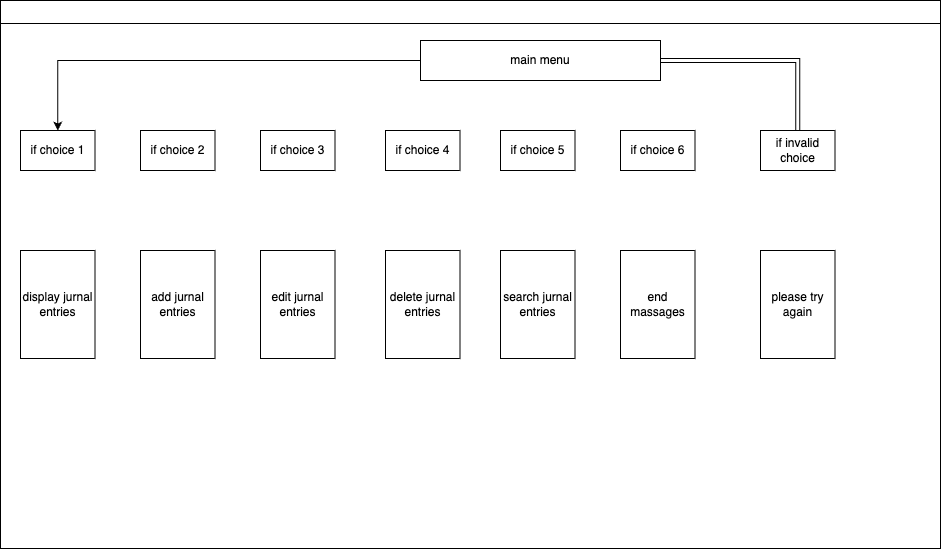
Helvila/Capstone-project keeps this draw.io diagram as Untitled Diagram.drawio.png. Above is the earlier version. Source tidied: cells renumbered, new cells last; positions are measured from the earlier drawing's top-left corner, leaving out a move shared by most shapes.
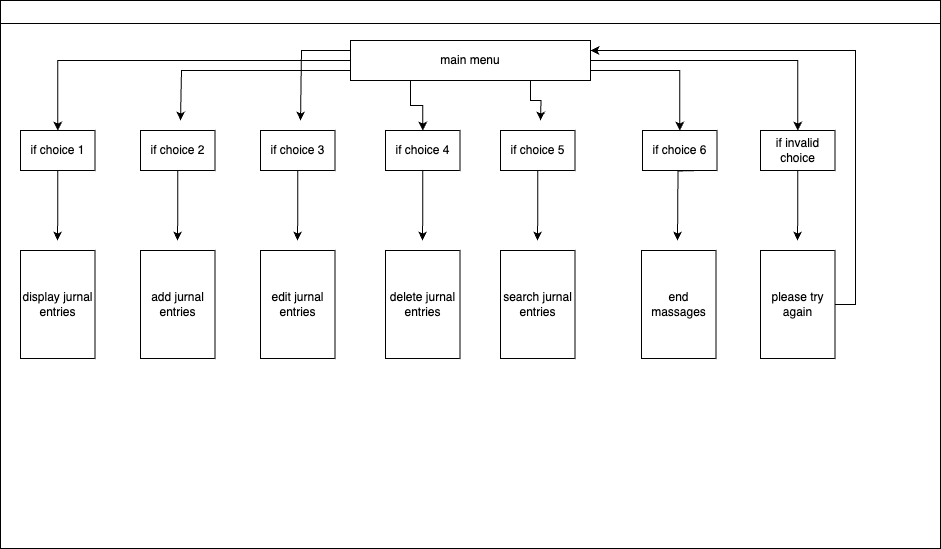
Later version of the same file.

Diff of the diagram source:
```diff
@@ -5,12 +5,27 @@
     <mxCell id="2" style="swimlane;whiteSpace=wrap;" parent="1" vertex="1">
       <mxGeometry width="940" height="548" as="geometry" />
     </mxCell>
+    <mxCell id="20" style="edgeStyle=orthogonalEdgeStyle;rounded=0;jettySize=auto;html=1;exitX=0.5;exitY=1;exitDx=0;exitDy=0;" parent="2" edge="1" source="3">
+      <mxGeometry relative="1" as="geometry">
+        <mxPoint x="57" y="240" as="targetPoint" />
+      </mxGeometry>
+    </mxCell>
     <mxCell id="3" value="if choice 1" style="rounded=0;whiteSpace=wrap;html=1;" parent="2" vertex="1">
       <mxGeometry x="20" y="130" width="74.5" height="40" as="geometry" />
     </mxCell>
+    <mxCell id="21" style="edgeStyle=orthogonalEdgeStyle;rounded=0;jettySize=auto;html=1;exitX=0.5;exitY=1;exitDx=0;exitDy=0;" parent="2" edge="1" source="4">
+      <mxGeometry relative="1" as="geometry">
+        <mxPoint x="177" y="240" as="targetPoint" />
+      </mxGeometry>
+    </mxCell>
     <mxCell id="4" value="if choice 2" style="rounded=0;whiteSpace=wrap;html=1;" parent="2" vertex="1">
       <mxGeometry x="140" y="130" width="74.5" height="40" as="geometry" />
     </mxCell>
+    <mxCell id="22" style="edgeStyle=orthogonalEdgeStyle;rounded=0;jettySize=auto;html=1;exitX=0.5;exitY=1;exitDx=0;exitDy=0;" parent="2" edge="1" source="5">
+      <mxGeometry relative="1" as="geometry">
+        <mxPoint x="297" y="240" as="targetPoint" />
+      </mxGeometry>
+    </mxCell>
     <mxCell id="5" value="if choice 3" style="rounded=0;whiteSpace=wrap;html=1;" parent="2" vertex="1">
       <mxGeometry x="260" y="130" width="74.5" height="40" as="geometry" />
     </mxCell>
@@ -20,21 +35,66 @@
     <mxCell id="7" value="add jurnal entries" style="rounded=0;whiteSpace=wrap;html=1;" parent="2" vertex="1">
       <mxGeometry x="140" y="250" width="74.5" height="108" as="geometry" />
     </mxCell>
+    <mxCell id="23" style="edgeStyle=orthogonalEdgeStyle;rounded=0;orthogonalLoop=1;jettySize=auto;html=1;exitX=0.5;exitY=1;exitDx=0;exitDy=0;" parent="2" edge="1">
+      <mxGeometry relative="1" as="geometry">
+        <mxPoint x="699.2" y="170" as="sourcePoint" />
+        <mxPoint x="677" y="240" as="targetPoint" />
+      </mxGeometry>
+    </mxCell>
     <mxCell id="8" value="if choice 6&lt;span style=&quot;color: rgba(0, 0, 0, 0); font-family: monospace; font-size: 0px; text-align: start; text-wrap: nowrap;&quot;&gt;%3CmxGraphModel%3E%3Croot%3E%3CmxCell%20id%3D%220%22%2F%3E%3CmxCell%20id%3D%221%22%20parent%3D%220%22%2F%3E%3CmxCell%20id%3D%222%22%20value%3D%22if%20choice%205%22%20style%3D%22rounded%3D0%3BwhiteSpace%3Dwrap%3Bhtml%3D1%3B%22%20vertex%3D%221%22%20parent%3D%221%22%3E%3CmxGeometry%20x%3D%22597.25%22%20y%3D%22330%22%20width%3D%2274.5%22%20height%3D%2240%22%20as%3D%22geometry%22%2F%3E%3C%2FmxCell%3E%3C%2Froot%3E%3C%2FmxGraphModel%3E&lt;/span&gt;" style="rounded=0;whiteSpace=wrap;html=1;" parent="2" vertex="1">
-      <mxGeometry x="620" y="130" width="74.5" height="40" as="geometry" />
+      <mxGeometry x="642" y="130" width="74.5" height="40" as="geometry" />
     </mxCell>
     <mxCell id="9" style="edgeStyle=orthogonalEdgeStyle;rounded=0;jettySize=auto;html=1;entryX=0.5;entryY=0;entryDx=0;entryDy=0;" parent="2" edge="1" source="11" target="3">
       <mxGeometry relative="1" as="geometry" />
     </mxCell>
-    <mxCell id="10" style="edgeStyle=orthogonalEdgeStyle;rounded=0;jettySize=auto;html=1;entryX=0.5;entryY=0;entryDx=0;entryDy=0;shape=link;" parent="2" edge="1" source="11" target="19">
+    <mxCell id="10" style="edgeStyle=orthogonalEdgeStyle;rounded=0;jettySize=auto;html=1;entryX=0.5;entryY=0;entryDx=0;entryDy=0;" parent="2" edge="1" source="11" target="19">
       <mxGeometry relative="1" as="geometry" />
     </mxCell>
+    <mxCell id="24" style="edgeStyle=orthogonalEdgeStyle;rounded=0;jettySize=auto;html=1;exitX=0;exitY=0.5;exitDx=0;exitDy=0;" parent="2" edge="1" source="11">
+      <mxGeometry relative="1" as="geometry">
+        <mxPoint x="180" y="120" as="targetPoint" />
+        <Array as="points">
+          <mxPoint x="350" y="70" />
+          <mxPoint x="181" y="70" />
+        </Array>
+      </mxGeometry>
+    </mxCell>
+    <mxCell id="25" style="edgeStyle=orthogonalEdgeStyle;rounded=0;jettySize=auto;html=1;exitX=0;exitY=0.5;exitDx=0;exitDy=0;" parent="2" edge="1" source="11">
+      <mxGeometry relative="1" as="geometry">
+        <mxPoint x="300" y="120" as="targetPoint" />
+        <Array as="points">
+          <mxPoint x="350" y="50" />
+          <mxPoint x="301" y="50" />
+        </Array>
+      </mxGeometry>
+    </mxCell>
+    <mxCell id="26" style="edgeStyle=orthogonalEdgeStyle;rounded=0;jettySize=auto;html=1;exitX=0.25;exitY=1;exitDx=0;exitDy=0;entryX=0.5;entryY=0;entryDx=0;entryDy=0;" parent="2" edge="1" source="11" target="12">
+      <mxGeometry relative="1" as="geometry" />
+    </mxCell>
+    <mxCell id="27" style="edgeStyle=orthogonalEdgeStyle;rounded=0;jettySize=auto;html=1;exitX=0.75;exitY=1;exitDx=0;exitDy=0;" parent="2" edge="1" source="11">
+      <mxGeometry relative="1" as="geometry">
+        <mxPoint x="540" y="120" as="targetPoint" />
+      </mxGeometry>
+    </mxCell>
+    <mxCell id="28" style="edgeStyle=orthogonalEdgeStyle;rounded=0;jettySize=auto;html=1;exitX=1;exitY=0.75;exitDx=0;exitDy=0;entryX=0.5;entryY=0;entryDx=0;entryDy=0;" parent="2" edge="1" source="11" target="8">
+      <mxGeometry relative="1" as="geometry" />
+    </mxCell>
     <mxCell id="11" value="main menu" style="rounded=0;whiteSpace=wrap;html=1;" parent="2" vertex="1">
-      <mxGeometry x="420" y="40" width="240" height="40" as="geometry" />
+      <mxGeometry x="350" y="40" width="240" height="40" as="geometry" />
     </mxCell>
+    <mxCell id="29" style="edgeStyle=orthogonalEdgeStyle;rounded=0;jettySize=auto;html=1;exitX=0.5;exitY=1;exitDx=0;exitDy=0;" parent="2" edge="1" source="12">
+      <mxGeometry relative="1" as="geometry">
+        <mxPoint x="422" y="240" as="targetPoint" />
+      </mxGeometry>
+    </mxCell>
     <mxCell id="12" value="if choice 4" style="rounded=0;whiteSpace=wrap;html=1;" parent="2" vertex="1">
       <mxGeometry x="385" y="130" width="74.5" height="40" as="geometry" />
     </mxCell>
+    <mxCell id="30" style="edgeStyle=orthogonalEdgeStyle;rounded=0;jettySize=auto;html=1;exitX=0.5;exitY=1;exitDx=0;exitDy=0;" parent="2" edge="1" source="13">
+      <mxGeometry relative="1" as="geometry">
+        <mxPoint x="537" y="240" as="targetPoint" />
+      </mxGeometry>
+    </mxCell>
     <mxCell id="13" value="if choice 5" style="rounded=0;whiteSpace=wrap;html=1;" parent="2" vertex="1">
       <mxGeometry x="500" y="130" width="74.5" height="40" as="geometry" />
     </mxCell>
@@ -48,11 +108,24 @@
       <mxGeometry x="385" y="250" width="74.5" height="108" as="geometry" />
     </mxCell>
     <mxCell id="17" value="end massages" style="rounded=0;whiteSpace=wrap;html=1;" parent="2" vertex="1">
-      <mxGeometry x="620" y="250" width="74.5" height="108" as="geometry" />
+      <mxGeometry x="641" y="250" width="74.5" height="108" as="geometry" />
     </mxCell>
+    <mxCell id="31" style="edgeStyle=orthogonalEdgeStyle;rounded=0;jettySize=auto;html=1;exitX=1;exitY=0.5;exitDx=0;exitDy=0;entryX=1;entryY=0.25;entryDx=0;entryDy=0;" parent="2" edge="1" source="18" target="11">
+      <mxGeometry relative="1" as="geometry">
+        <Array as="points">
+          <mxPoint x="855" y="304" />
+          <mxPoint x="855" y="50" />
+        </Array>
+      </mxGeometry>
+    </mxCell>
     <mxCell id="18" value="please try again" style="rounded=0;whiteSpace=wrap;html=1;" parent="2" vertex="1">
       <mxGeometry x="760" y="250" width="74.5" height="108" as="geometry" />
     </mxCell>
+    <mxCell id="32" style="edgeStyle=orthogonalEdgeStyle;rounded=0;jettySize=auto;html=1;exitX=0.5;exitY=1;exitDx=0;exitDy=0;" parent="2" edge="1" source="19">
+      <mxGeometry relative="1" as="geometry">
+        <mxPoint x="797" y="240" as="targetPoint" />
+      </mxGeometry>
+    </mxCell>
     <mxCell id="19" value="if invalid choice" style="rounded=0;whiteSpace=wrap;html=1;" parent="2" vertex="1">
       <mxGeometry x="760" y="130" width="74.5" height="40" as="geometry" />
     </mxCell>
```
